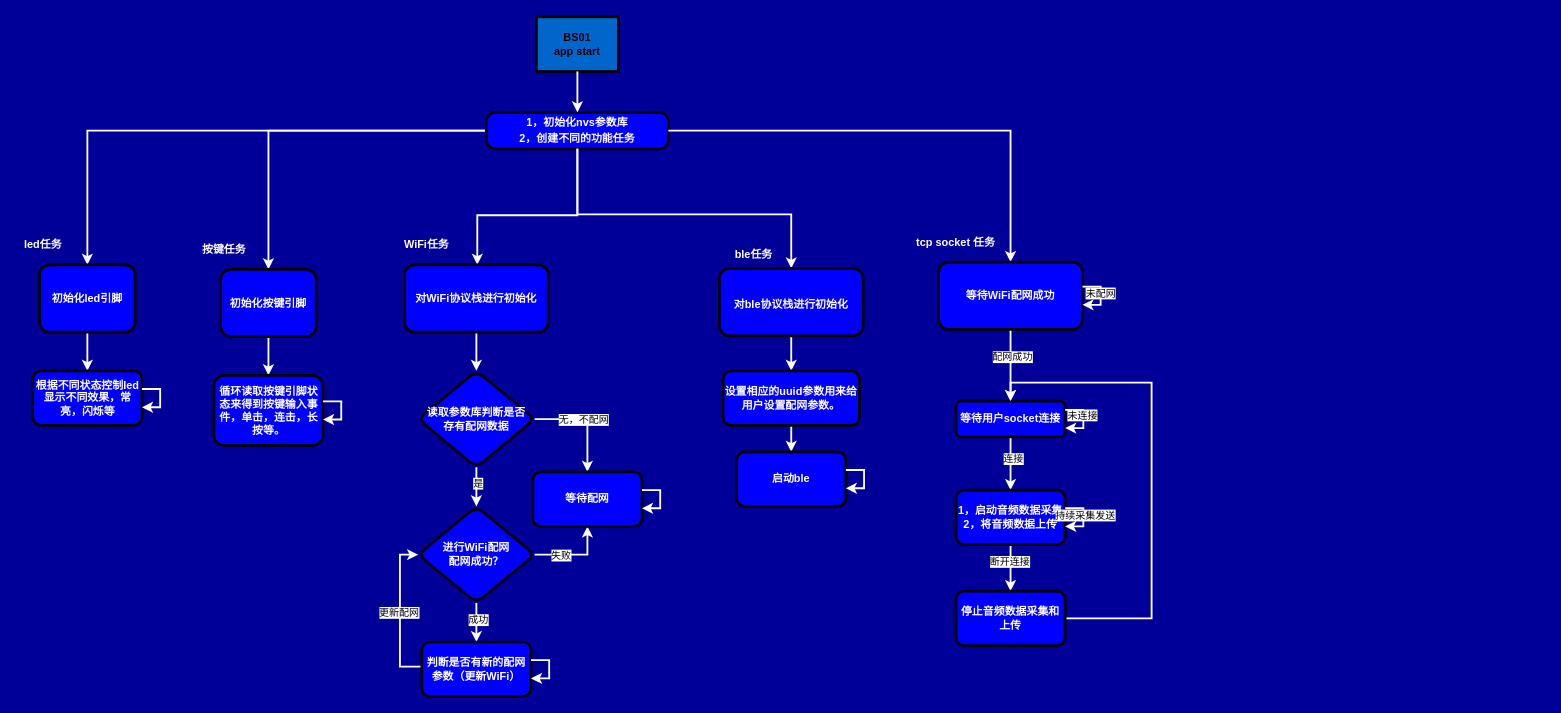
This is draw_io_for_work/bs01.drawio from doctor1cong/draw_flow_chart, a draw.io file, before an edit. Source tidied: cells renumbered, new cells numbered last; positions are measured from the earlier drawing's top-left corner, leaving out a move shared by most shapes. Both pictures are drawn from the tidied source at 91%, with x=0, y=0 at pixel (15, 16).
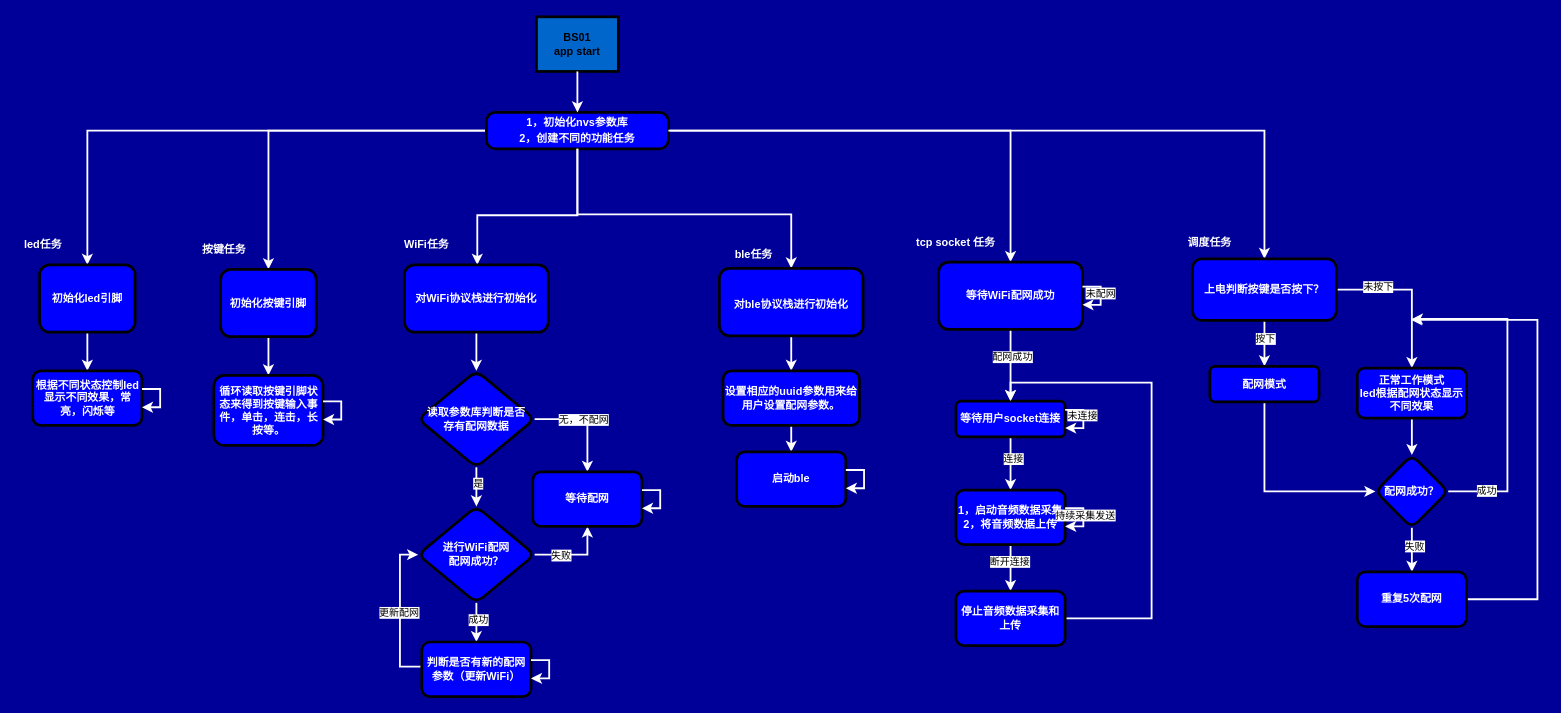
Above is the later version.

The change refers to these unchanged cells:
```xml
<mxCell id="4" value="&lt;p style=&quot;margin: 4px 0px 0px;&quot;&gt;&lt;span style=&quot;color: rgb(255, 255, 255);&quot;&gt;1，初始化nvs参数库&lt;/span&gt;&lt;br&gt;&lt;/p&gt;&lt;p style=&quot;margin: 4px 0px 0px;&quot;&gt;&lt;span style=&quot;color: rgb(255, 255, 255);&quot;&gt;2，创建不同的功能任务&lt;/span&gt;&lt;/p&gt;&lt;p style=&quot;margin: 4px 0px 0px;&quot;&gt;&lt;span style=&quot;color: rgb(255, 255, 255);&quot;&gt;&lt;br&gt;&lt;/span&gt;&lt;/p&gt;" style="verticalAlign=middle;align=center;overflow=fill;fontSize=12;fontFamily=Helvetica;html=1;rounded=1;fontStyle=1;strokeWidth=3;fillColor=#0000FF;arcSize=25;" parent="1" vertex="1">
  <mxGeometry x="517" y="105" width="200" height="40" as="geometry" />
</mxCell>
```

What changed in the source:
```diff
@@
+    <mxCell id="64" style="edgeStyle=orthogonalEdgeStyle;shape=connector;rounded=0;jettySize=auto;html=1;strokeColor=#FFFFFF;strokeWidth=2;align=center;verticalAlign=middle;fontFamily=Helvetica;fontSize=11;fontColor=default;labelBackgroundColor=default;endArrow=classic;" parent="1" edge="1" source="4" target="69">
+      <mxGeometry relative="1" as="geometry" />
+    </mxCell>
@@
+    <mxCell id="65" style="edgeStyle=orthogonalEdgeStyle;shape=connector;rounded=0;jettySize=auto;html=1;strokeColor=#FFFFFF;strokeWidth=2;align=center;verticalAlign=middle;fontFamily=Helvetica;fontSize=11;fontColor=default;labelBackgroundColor=default;endArrow=classic;" parent="1" edge="1" source="69" target="72">
+      <mxGeometry relative="1" as="geometry" />
+    </mxCell>
+    <mxCell id="66" value="按下" style="edgeLabel;html=1;align=center;verticalAlign=middle;fontFamily=Helvetica;fontSize=11;fontColor=default;labelBackgroundColor=default;" parent="65" vertex="1">
+      <mxGeometry x="-0.22" relative="1" as="geometry" />
+    </mxCell>
+    <mxCell id="67" style="edgeStyle=orthogonalEdgeStyle;shape=connector;rounded=0;jettySize=auto;html=1;strokeColor=#FFFFFF;strokeWidth=2;align=center;verticalAlign=middle;fontFamily=Helvetica;fontSize=11;fontColor=default;labelBackgroundColor=default;endArrow=classic;" parent="1" edge="1" source="69" target="74">
+      <mxGeometry relative="1" as="geometry" />
+    </mxCell>
+    <mxCell id="68" value="未按下" style="edgeLabel;html=1;align=center;verticalAlign=middle;fontFamily=Helvetica;fontSize=11;fontColor=default;labelBackgroundColor=default;" parent="67" vertex="1">
+      <mxGeometry x="-0.47" y="3" relative="1" as="geometry" />
+    </mxCell>
+    <mxCell id="69" value="上电判断按键是否按下？" style="whiteSpace=wrap;html=1;fillColor=#0000FF;rounded=1;fontStyle=1;strokeWidth=3;fontColor=#FFFFFF;" parent="1" vertex="1">
+      <mxGeometry x="1293" y="266" width="158" height="67.5" as="geometry" />
+    </mxCell>
+    <mxCell id="70" value="调度任务" style="text;strokeColor=none;align=center;fillColor=none;html=1;verticalAlign=middle;whiteSpace=wrap;rounded=0;fontFamily=Helvetica;fontSize=12;fontColor=#FFFFFF;fontStyle=1;" parent="1" vertex="1">
+      <mxGeometry x="1264" y="233" width="96" height="30" as="geometry" />
+    </mxCell>
+    <mxCell id="71" style="edgeStyle=orthogonalEdgeStyle;shape=connector;rounded=0;jettySize=auto;html=1;entryX=0;entryY=0.5;entryDx=0;entryDy=0;strokeColor=#FFFFFF;strokeWidth=2;align=center;verticalAlign=middle;fontFamily=Helvetica;fontSize=11;fontColor=default;labelBackgroundColor=default;endArrow=classic;" parent="1" edge="1" source="72" target="79">
+      <mxGeometry relative="1" as="geometry">
+        <Array as="points">
+          <mxPoint x="1372" y="521" />
+        </Array>
+      </mxGeometry>
+    </mxCell>
+    <mxCell id="72" value="配网模式" style="whiteSpace=wrap;html=1;fillColor=#0000FF;fontColor=#FFFFFF;rounded=1;fontStyle=1;strokeWidth=3;" parent="1" vertex="1">
+      <mxGeometry x="1312" y="384" width="120" height="39" as="geometry" />
+    </mxCell>
+    <mxCell id="73" style="edgeStyle=orthogonalEdgeStyle;shape=connector;rounded=0;jettySize=auto;html=1;strokeColor=#FFFFFF;strokeWidth=2;align=center;verticalAlign=middle;fontFamily=Helvetica;fontSize=11;fontColor=default;labelBackgroundColor=default;endArrow=classic;" parent="1" edge="1" source="74" target="79">
+      <mxGeometry relative="1" as="geometry" />
+    </mxCell>
+    <mxCell id="74" value="正常工作模式&lt;div&gt;led根据配网状态显示不同效果&lt;/div&gt;" style="whiteSpace=wrap;html=1;fillColor=#0000FF;fontColor=#FFFFFF;rounded=1;fontStyle=1;strokeWidth=3;" parent="1" vertex="1">
+      <mxGeometry x="1474" y="386" width="120" height="55" as="geometry" />
+    </mxCell>
+    <mxCell id="75" style="edgeStyle=orthogonalEdgeStyle;shape=connector;rounded=0;jettySize=auto;html=1;strokeColor=#FFFFFF;strokeWidth=2;align=center;verticalAlign=middle;fontFamily=Helvetica;fontSize=11;fontColor=default;labelBackgroundColor=default;endArrow=classic;" parent="1" edge="1" source="79">
+      <mxGeometry relative="1" as="geometry">
+        <mxPoint x="1534" y="332" as="targetPoint" />
+        <Array as="points">
+          <mxPoint x="1639" y="521" />
+          <mxPoint x="1639" y="332" />
+        </Array>
+      </mxGeometry>
+    </mxCell>
+    <mxCell id="76" value="成功" style="edgeLabel;html=1;align=center;verticalAlign=middle;fontFamily=Helvetica;fontSize=11;fontColor=default;labelBackgroundColor=default;" parent="75" vertex="1">
+      <mxGeometry x="-0.77" y="1" relative="1" as="geometry" />
+    </mxCell>
+    <mxCell id="77" style="edgeStyle=orthogonalEdgeStyle;shape=connector;rounded=0;jettySize=auto;html=1;strokeColor=#FFFFFF;strokeWidth=2;align=center;verticalAlign=middle;fontFamily=Helvetica;fontSize=11;fontColor=default;labelBackgroundColor=default;endArrow=classic;" parent="1" edge="1" source="79" target="81">
+      <mxGeometry relative="1" as="geometry" />
+    </mxCell>
+    <mxCell id="78" value="失败" style="edgeLabel;html=1;align=center;verticalAlign=middle;fontFamily=Helvetica;fontSize=11;fontColor=default;labelBackgroundColor=default;" parent="77" vertex="1">
+      <mxGeometry x="-0.18" y="2" relative="1" as="geometry" />
+    </mxCell>
+    <mxCell id="79" value="配网成功？" style="rhombus;whiteSpace=wrap;html=1;fillColor=#0000FF;fontColor=#FFFFFF;rounded=1;fontStyle=1;strokeWidth=3;" parent="1" vertex="1">
+      <mxGeometry x="1494" y="481.5" width="80" height="80" as="geometry" />
+    </mxCell>
+    <mxCell id="80" style="edgeStyle=orthogonalEdgeStyle;shape=connector;rounded=0;jettySize=auto;html=1;strokeColor=#FFFFFF;strokeWidth=2;align=center;verticalAlign=middle;fontFamily=Helvetica;fontSize=11;fontColor=default;labelBackgroundColor=default;endArrow=classic;" parent="1" edge="1" source="81">
+      <mxGeometry relative="1" as="geometry">
+        <mxPoint x="1533" y="333" as="targetPoint" />
+        <Array as="points">
+          <mxPoint x="1672" y="640" />
+          <mxPoint x="1672" y="333" />
+        </Array>
+      </mxGeometry>
+    </mxCell>
+    <mxCell id="81" value="重复5次配网" style="whiteSpace=wrap;html=1;fillColor=#0000FF;fontColor=#FFFFFF;rounded=1;fontStyle=1;strokeWidth=3;" parent="1" vertex="1">
+      <mxGeometry x="1474" y="610" width="120" height="60" as="geometry" />
+    </mxCell>
```
